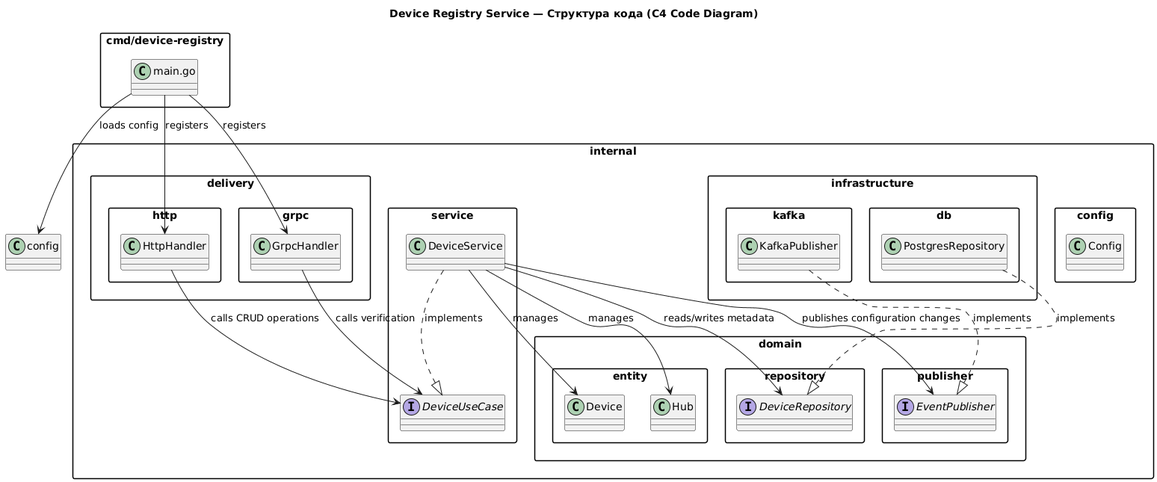
Earlier version of the PlantUML export images/device_registry_code.png (AnniebunnyGH/architecture-warmhouse).
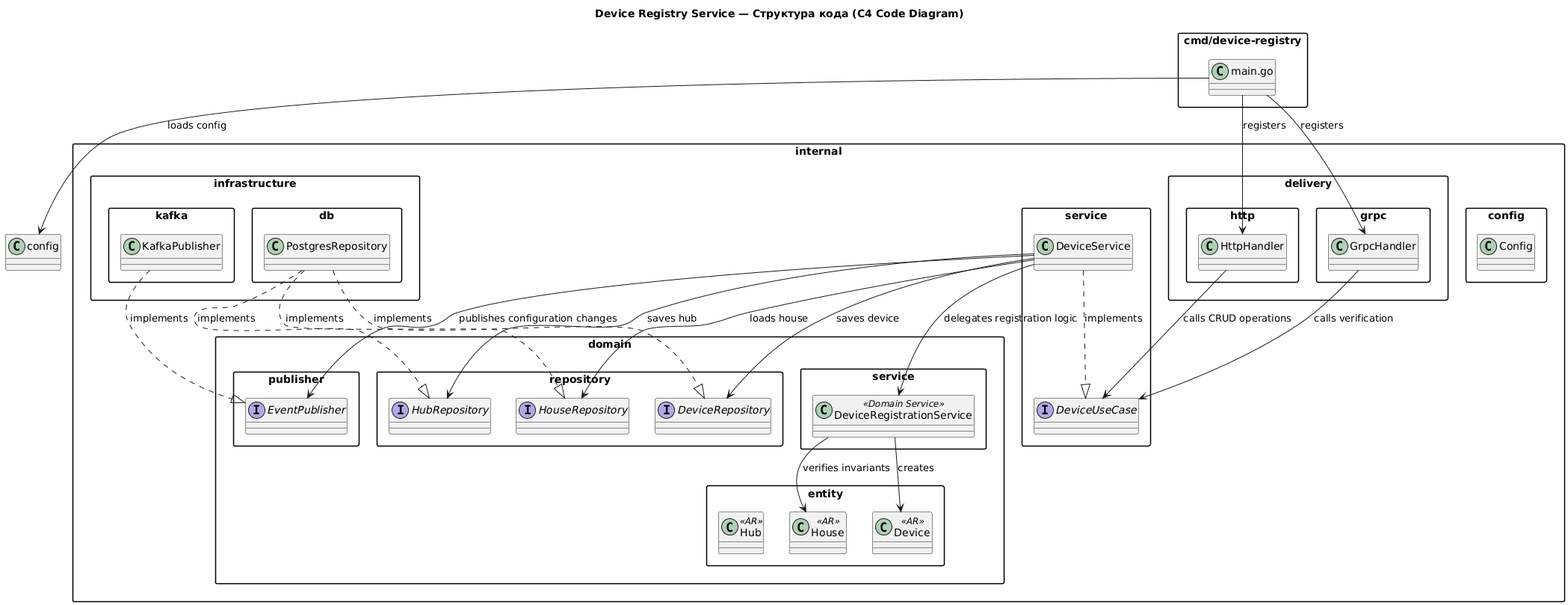
After the commit.

Commit message:
refactor: split AsyncAPI to service-specific specs, update DDD domain model and code diagrams, fix protobuf enums

The edit, as a diff of the source:
```diff
@@ -15,14 +15,20 @@
 
   package domain {
     package entity {
-      class "Device" as device_entity
-      class "Hub" as hub_entity
+      class "House" as house_entity <<AR>>
+      class "Device" as device_entity <<AR>>
+      class "Hub" as hub_entity <<AR>>
     }
     package repository {
-      interface "DeviceRepository" as repo_interface
+      interface "HouseRepository" as house_repo
+      interface "DeviceRepository" as device_repo
+      interface "HubRepository" as hub_repo
     }
     package publisher {
       interface "EventPublisher" as pub_interface
+    }
+    package service {
+      class "DeviceRegistrationService" as registration_service <<Domain Service>>
     }
   }
 
@@ -58,13 +64,18 @@
 grpc_handler --> usecase_interface : "calls verification"
 
 device_service ..|> usecase_interface : "implements"
-device_service --> repo_interface : "reads/writes metadata"
+device_service --> house_repo : "loads house"
+device_service --> device_repo : "saves device"
+device_service --> hub_repo : "saves hub"
+device_service --> registration_service : "delegates registration logic"
 device_service --> pub_interface : "publishes configuration changes"
 
-postgres_repo ..|> repo_interface : "implements"
+postgres_repo ..|> house_repo : "implements"
+postgres_repo ..|> device_repo : "implements"
+postgres_repo ..|> hub_repo : "implements"
 kafka_publisher ..|> pub_interface : "implements"
 
-device_service --> device_entity : "manages"
-device_service --> hub_entity : "manages"
+registration_service --> house_entity : "verifies invariants"
+registration_service --> device_entity : "creates"
 
 @enduml
```
